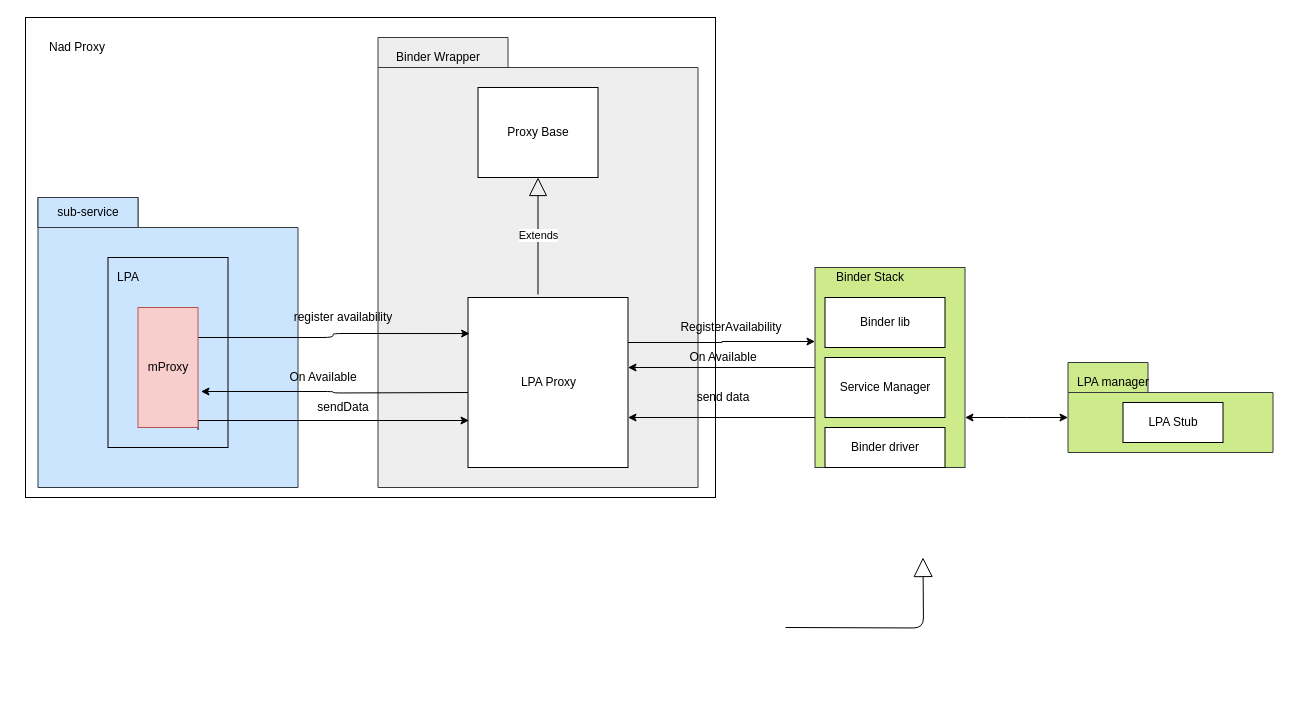
Before: page "RemoteStubmonitor_binder" (7 of 16) of doc/SA cert/Design/availability.drawio in taikt/codefun, a draw.io diagram. Source tidied: cells renumbered, new cells numbered last; positions are measured from the earlier drawing's top-left corner, leaving out a move shared by most shapes. Both pictures are drawn from the tidied source at 100%, with x=0, y=0 at pixel (25, 17).
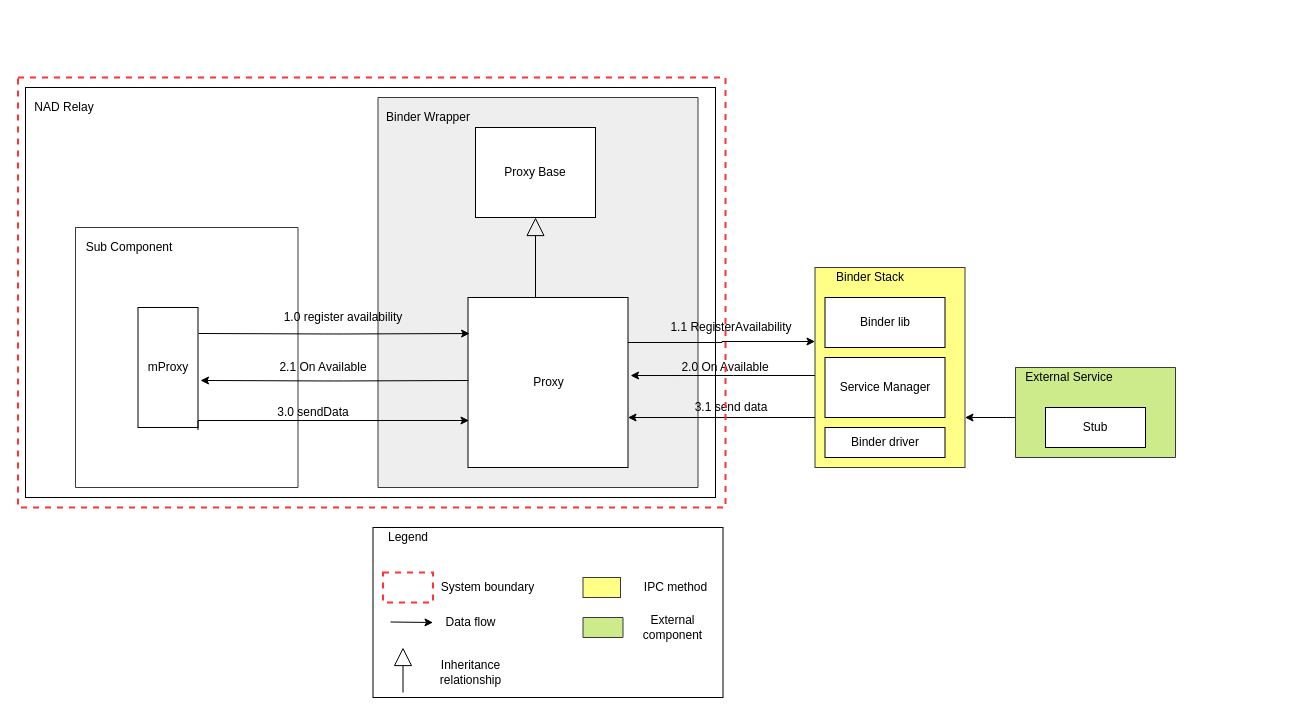
The same page after the edit.

What changed in the source:
```diff
@@
-    <mxCell id="3" style="edgeStyle=orthogonalEdgeStyle;rounded=1;orthogonalLoop=1;jettySize=auto;html=1;exitX=1;exitY=0.5;exitDx=0;exitDy=0;entryX=0;entryY=0.5;entryDx=0;entryDy=0;startArrow=none;startFill=0;endSize=17;endArrow=block;endFill=0;" parent="1" edge="1">
-      <mxGeometry relative="1" as="geometry">
-        <mxPoint x="760" y="610" as="sourcePoint" />
-        <mxPoint x="897.5" y="540" as="targetPoint" />
-      </mxGeometry>
-    </mxCell>
-    <mxCell id="4" style="rounded=0;whiteSpace=wrap;html=1;fillColor=none;" parent="1" vertex="1">
-      <mxGeometry width="690" height="480" as="geometry" />
+    <mxCell id="4" style="rounded=0;whiteSpace=wrap;html=1;fillColor=none;strokeWidth=1;" parent="1" vertex="1">
+      <mxGeometry y="70" width="690" height="410" as="geometry" />
     </mxCell>
-    <mxCell id="5" style="shape=folder;fontStyle=1;tabWidth=130;tabHeight=30;tabPosition=left;html=1;boundedLbl=1;fillColor=#eeeeee;strokeColor=#36393d;" parent="1" vertex="1">
-      <mxGeometry x="352.5" y="20" width="320" height="450" as="geometry" />
+    <mxCell id="5" style="shape=folder;fontStyle=1;tabWidth=318;tabHeight=0;tabPosition=left;html=1;boundedLbl=1;fillColor=#eeeeee;strokeColor=#36393d;" parent="1" vertex="1">
+      <mxGeometry x="352.5" y="80" width="320" height="390" as="geometry" />
     </mxCell>
     <mxCell id="6" value="Binder Wrapper" style="text;html=1;strokeColor=none;fillColor=none;align=center;verticalAlign=middle;whiteSpace=wrap;rounded=0;" parent="1" vertex="1">
-      <mxGeometry x="362.5" y="30" width="100" height="20" as="geometry" />
+      <mxGeometry x="352.5" y="90" width="100" height="20" as="geometry" />
     </mxCell>
-    <mxCell id="7" style="edgeStyle=orthogonalEdgeStyle;rounded=1;orthogonalLoop=1;jettySize=auto;html=1;exitX=1;exitY=0.5;exitDx=0;exitDy=0;startArrow=classic;startFill=1;endArrow=none;endFill=0;" parent="1" edge="1">
+    <mxCell id="7" style="edgeStyle=orthogonalEdgeStyle;rounded=1;jettySize=auto;html=1;exitX=1.016;exitY=0.459;exitDx=0;exitDy=0;startArrow=classic;startFill=1;endArrow=none;endFill=0;exitPerimeter=0;" parent="1" edge="1" source="14">
       <mxGeometry relative="1" as="geometry">
-        <mxPoint x="602.5" y="350" as="sourcePoint" />
-        <mxPoint x="792.5" y="350" as="targetPoint" />
+        <mxPoint x="793" y="358" as="targetPoint" />
       </mxGeometry>
     </mxCell>
@@
     <mxCell id="9" value="Proxy Base" style="rounded=0;whiteSpace=wrap;html=1;" parent="1" vertex="1">
-      <mxGeometry x="452.5" y="70" width="120" height="90" as="geometry" />
+      <mxGeometry x="450" y="110" width="120" height="90" as="geometry" />
     </mxCell>
@@
-    <mxCell id="11" style="rounded=0;whiteSpace=wrap;html=1;fillColor=#cdeb8b;strokeColor=#36393d;" parent="1" vertex="1">
+    <mxCell id="11" style="rounded=0;whiteSpace=wrap;html=1;fillColor=#ffff88;strokeColor=#36393d;" parent="1" vertex="1">
       <mxGeometry x="789.5" y="250" width="150" height="200" as="geometry" />
     </mxCell>
@@
     <mxCell id="13" value="Binder driver" style="rounded=0;whiteSpace=wrap;html=1;" parent="1" vertex="1">
-      <mxGeometry x="799.5" y="410" width="120" height="40" as="geometry" />
+      <mxGeometry x="799.5" y="410" width="120" height="30" as="geometry" />
     </mxCell>
-    <mxCell id="14" value="LPA Proxy" style="html=1;" parent="1" vertex="1">
+    <mxCell id="14" value="Proxy" style="html=1;" parent="1" vertex="1">
       <mxGeometry x="442.5" y="280" width="160" height="170" as="geometry" />
     </mxCell>
-    <mxCell id="15" style="shape=folder;fontStyle=1;tabWidth=100;tabHeight=30;tabPosition=left;html=1;boundedLbl=1;strokeColor=#36393d;fillColor=#cce5ff;" parent="1" vertex="1">
-      <mxGeometry x="12.5" y="180" width="260" height="290" as="geometry" />
+    <mxCell id="15" style="shape=folder;fontStyle=1;tabWidth=260;tabHeight=0;tabPosition=left;html=1;boundedLbl=1;strokeColor=#36393d;fillColor=none;" parent="1" vertex="1">
+      <mxGeometry x="50" y="210" width="222.5" height="260" as="geometry" />
     </mxCell>
-    <mxCell id="16" style="rounded=0;whiteSpace=wrap;html=1;fillColor=none;" parent="1" vertex="1">
-      <mxGeometry x="82.5" y="240" width="120" height="190" as="geometry" />
-    </mxCell>
-    <mxCell id="17" value="register availability" style="text;html=1;strokeColor=none;fillColor=none;align=center;verticalAlign=middle;whiteSpace=wrap;rounded=0;" parent="1" vertex="1">
+    <mxCell id="17" value="1.0 register availability" style="text;html=1;strokeColor=none;fillColor=none;align=center;verticalAlign=middle;whiteSpace=wrap;rounded=0;" parent="1" vertex="1">
       <mxGeometry x="232.5" y="290" width="170" height="20" as="geometry" />
     </mxCell>
-    <mxCell id="18" value="sub-service" style="text;html=1;strokeColor=#36393d;fillColor=#cce5ff;align=center;verticalAlign=middle;whiteSpace=wrap;rounded=0;" parent="1" vertex="1">
-      <mxGeometry x="12.5" y="180" width="100" height="30" as="geometry" />
-    </mxCell>
@@
-    <mxCell id="20" style="shape=folder;fontStyle=1;tabWidth=80;tabHeight=30;tabPosition=left;html=1;boundedLbl=1;fillColor=#cdeb8b;strokeColor=#36393d;" parent="1" vertex="1">
-      <mxGeometry x="1042.5" y="345" width="205" height="90" as="geometry" />
+    <mxCell id="20" style="shape=folder;fontStyle=1;tabWidth=205;tabHeight=0;tabPosition=left;html=1;boundedLbl=1;fillColor=#cdeb8b;strokeColor=#36393d;" parent="1" vertex="1">
+      <mxGeometry x="990" y="350" width="160" height="90" as="geometry" />
     </mxCell>
-    <mxCell id="21" value="LPA manager" style="text;html=1;strokeColor=none;fillColor=none;align=center;verticalAlign=middle;whiteSpace=wrap;rounded=0;" parent="1" vertex="1">
-      <mxGeometry x="1042.5" y="355" width="90" height="20" as="geometry" />
+    <mxCell id="21" value="External Service" style="text;html=1;strokeColor=none;fillColor=none;align=center;verticalAlign=middle;whiteSpace=wrap;rounded=0;" parent="1" vertex="1">
+      <mxGeometry x="990" y="350" width="107.5" height="20" as="geometry" />
     </mxCell>
-    <mxCell id="22" value="LPA Stub" style="rounded=0;whiteSpace=wrap;html=1;" parent="1" vertex="1">
-      <mxGeometry x="1097.5" y="385" width="100" height="40" as="geometry" />
+    <mxCell id="22" value="Stub" style="rounded=0;whiteSpace=wrap;html=1;" parent="1" vertex="1">
+      <mxGeometry x="1020" y="390" width="100" height="40" as="geometry" />
     </mxCell>
-    <mxCell id="23" value="RegisterAvailability" style="text;html=1;strokeColor=none;fillColor=none;align=center;verticalAlign=middle;whiteSpace=wrap;rounded=0;" parent="1" vertex="1">
+    <mxCell id="23" value="1.1 RegisterAvailability" style="text;html=1;strokeColor=none;fillColor=none;align=center;verticalAlign=middle;whiteSpace=wrap;rounded=0;" parent="1" vertex="1">
       <mxGeometry x="635.5" y="300" width="140" height="20" as="geometry" />
     </mxCell>
-    <mxCell id="24" value="LPA" style="text;html=1;strokeColor=none;fillColor=none;align=center;verticalAlign=middle;whiteSpace=wrap;rounded=0;" parent="1" vertex="1">
-      <mxGeometry x="72.5" y="250" width="60" height="20" as="geometry" />
-    </mxCell>
@@
-    <mxCell id="26" style="edgeStyle=orthogonalEdgeStyle;rounded=1;jettySize=auto;html=1;exitX=1;exitY=0.25;exitDx=0;exitDy=0;entryX=0.01;entryY=0.212;entryDx=0;entryDy=0;entryPerimeter=0;" parent="1" edge="1" source="27" target="14">
-      <mxGeometry relative="1" as="geometry" />
+    <mxCell id="26" style="edgeStyle=orthogonalEdgeStyle;rounded=1;jettySize=auto;html=1;entryX=0.01;entryY=0.212;entryDx=0;entryDy=0;entryPerimeter=0;" parent="1" edge="1" target="14">
+      <mxGeometry relative="1" as="geometry">
+        <mxPoint x="173" y="316" as="sourcePoint" />
+      </mxGeometry>
     </mxCell>
-    <mxCell id="27" value="mProxy" style="rounded=0;whiteSpace=wrap;html=1;fillColor=#f8cecc;strokeColor=#b85450;" parent="1" vertex="1">
+    <mxCell id="27" value="mProxy" style="rounded=0;whiteSpace=wrap;html=1;fillColor=none;" parent="1" vertex="1">
       <mxGeometry x="112.5" y="290" width="60" height="120" as="geometry" />
     </mxCell>
-    <mxCell id="28" value="On Available" style="text;html=1;strokeColor=none;fillColor=none;align=center;verticalAlign=middle;whiteSpace=wrap;rounded=0;" parent="1" vertex="1">
-      <mxGeometry x="642.5" y="330" width="110" height="20" as="geometry" />
+    <mxCell id="28" value="2.0 On Available" style="text;html=1;strokeColor=none;fillColor=none;align=center;verticalAlign=middle;whiteSpace=wrap;rounded=0;" parent="1" vertex="1">
+      <mxGeometry x="645" y="340" width="110" height="20" as="geometry" />
     </mxCell>
-    <mxCell id="29" value="sendData" style="text;html=1;strokeColor=none;fillColor=none;align=center;verticalAlign=middle;whiteSpace=wrap;rounded=0;" parent="1" vertex="1">
-      <mxGeometry x="272.5" y="380" width="90" height="20" as="geometry" />
+    <mxCell id="29" value="3.0 sendData" style="text;html=1;strokeColor=none;fillColor=none;align=center;verticalAlign=middle;whiteSpace=wrap;rounded=0;" parent="1" vertex="1">
+      <mxGeometry x="242.5" y="385" width="90" height="20" as="geometry" />
     </mxCell>
@@
-    <mxCell id="32" value="send data" style="text;html=1;strokeColor=none;fillColor=none;align=center;verticalAlign=middle;whiteSpace=wrap;rounded=0;" parent="1" vertex="1">
-      <mxGeometry x="642.5" y="370" width="110" height="20" as="geometry" />
+    <mxCell id="32" value="3.1 send data" style="text;html=1;strokeColor=none;fillColor=none;align=center;verticalAlign=middle;whiteSpace=wrap;rounded=0;" parent="1" vertex="1">
+      <mxGeometry x="650.5" y="380" width="110" height="20" as="geometry" />
     </mxCell>
-    <mxCell id="33" value="On Available" style="text;html=1;strokeColor=none;fillColor=none;align=center;verticalAlign=middle;whiteSpace=wrap;rounded=0;" parent="1" vertex="1">
-      <mxGeometry x="242.5" y="350" width="110" height="20" as="geometry" />
+    <mxCell id="33" value="2.1 On Available" style="text;html=1;strokeColor=none;fillColor=none;align=center;verticalAlign=middle;whiteSpace=wrap;rounded=0;" parent="1" vertex="1">
+      <mxGeometry x="242.5" y="340" width="110" height="20" as="geometry" />
     </mxCell>
-    <mxCell id="34" style="edgeStyle=orthogonalEdgeStyle;rounded=1;jettySize=auto;html=1;entryX=1.05;entryY=0.7;entryDx=0;entryDy=0;entryPerimeter=0;startArrow=none;startFill=0;endArrow=classic;endFill=1;" parent="1" edge="1" target="27">
+    <mxCell id="34" style="edgeStyle=orthogonalEdgeStyle;rounded=1;jettySize=auto;html=1;entryX=1.042;entryY=0.608;entryDx=0;entryDy=0;entryPerimeter=0;startArrow=none;startFill=0;endArrow=classic;endFill=1;" parent="1" edge="1" target="27">
       <mxGeometry relative="1" as="geometry">
-        <mxPoint x="442.5" y="375" as="sourcePoint" />
+        <mxPoint x="443" y="363" as="sourcePoint" />
       </mxGeometry>
     </mxCell>
-    <mxCell id="35" value="Extends" style="endArrow=block;endSize=16;endFill=0;html=1;entryX=0.5;entryY=1;entryDx=0;entryDy=0;" parent="1" edge="1" target="9">
+    <mxCell id="35" style="endArrow=block;endSize=16;endFill=0;html=1;entryX=0.5;entryY=1;entryDx=0;entryDy=0;" parent="1" edge="1" target="9">
       <mxGeometry relative="1" as="geometry">
-        <mxPoint x="512.5" y="277" as="sourcePoint" />
+        <mxPoint x="510" y="280" as="sourcePoint" />
       </mxGeometry>
     </mxCell>
-    <mxCell id="36" value="Nad Proxy" style="text;html=1;strokeColor=none;fillColor=none;align=center;verticalAlign=middle;whiteSpace=wrap;rounded=0;" parent="1" vertex="1">
-      <mxGeometry x="12.5" y="20" width="77.5" height="20" as="geometry" />
+    <mxCell id="36" value="NAD Relay" style="text;html=1;strokeColor=none;fillColor=none;align=center;verticalAlign=middle;whiteSpace=wrap;rounded=0;" parent="1" vertex="1">
+      <mxGeometry y="80" width="77.5" height="20" as="geometry" />
     </mxCell>
+    <mxCell id="37" style="rounded=0;whiteSpace=wrap;html=1;" parent="1" vertex="1">
+      <mxGeometry x="347.5" y="510" width="350" height="170" as="geometry" />
+    </mxCell>
+    <mxCell id="38" value="Legend" style="text;html=1;strokeColor=none;fillColor=none;align=center;verticalAlign=middle;whiteSpace=wrap;rounded=0;" parent="1" vertex="1">
+      <mxGeometry x="347.5" y="510" width="70" height="20" as="geometry" />
+    </mxCell>
+    <mxCell id="39" style="rounded=0;whiteSpace=wrap;html=1;fillColor=#ffff88;strokeColor=#36393d;" parent="1" vertex="1">
+      <mxGeometry x="557.5" y="560" width="37.5" height="20" as="geometry" />
+    </mxCell>
+    <mxCell id="40" style="rounded=0;whiteSpace=wrap;html=1;fillColor=none;strokeColor=#FF3333;strokeWidth=2;dashed=1;" parent="1" vertex="1">
+      <mxGeometry x="357.5" y="555" width="50" height="30" as="geometry" />
+    </mxCell>
+    <mxCell id="41" style="endArrow=classic;html=1;rounded=0;" parent="1" edge="1">
+      <mxGeometry relative="1" as="geometry">
+        <mxPoint x="365" y="604.5" as="sourcePoint" />
+        <mxPoint x="407.5" y="605" as="targetPoint" />
+      </mxGeometry>
+    </mxCell>
+    <mxCell id="42" value="IPC method" style="text;html=1;strokeColor=none;fillColor=none;align=center;verticalAlign=middle;whiteSpace=wrap;rounded=0;" parent="1" vertex="1">
+      <mxGeometry x="607.5" y="555" width="85" height="30" as="geometry" />
+    </mxCell>
+    <mxCell id="43" value="External component" style="text;html=1;strokeColor=none;fillColor=none;align=center;verticalAlign=middle;whiteSpace=wrap;rounded=0;" parent="1" vertex="1">
+      <mxGeometry x="595" y="595" width="105" height="30" as="geometry" />
+    </mxCell>
+    <mxCell id="44" value="System boundary" style="text;html=1;strokeColor=none;fillColor=none;align=center;verticalAlign=middle;whiteSpace=wrap;rounded=0;" parent="1" vertex="1">
+      <mxGeometry x="410" y="555" width="105" height="30" as="geometry" />
+    </mxCell>
+    <mxCell id="45" value="Data flow" style="text;html=1;strokeColor=none;fillColor=none;align=center;verticalAlign=middle;whiteSpace=wrap;rounded=0;" parent="1" vertex="1">
+      <mxGeometry x="392.5" y="590" width="105" height="30" as="geometry" />
+    </mxCell>
+    <mxCell id="46" style="endArrow=block;endSize=16;endFill=0;html=1;exitX=0.5;exitY=0;exitDx=0;exitDy=0;entryX=0.5;entryY=1;entryDx=0;entryDy=0;" parent="1" edge="1">
+      <mxGeometry relative="1" as="geometry">
+        <mxPoint x="377.5" y="675" as="sourcePoint" />
+        <mxPoint x="377.5" y="630" as="targetPoint" />
+      </mxGeometry>
+    </mxCell>
+    <mxCell id="47" value="Inheritance relationship" style="text;html=1;strokeColor=none;fillColor=none;align=center;verticalAlign=middle;whiteSpace=wrap;rounded=0;" parent="1" vertex="1">
+      <mxGeometry x="392.5" y="640" width="105" height="30" as="geometry" />
+    </mxCell>
+    <mxCell id="48" value="Sub Component" style="text;html=1;strokeColor=none;fillColor=none;align=center;verticalAlign=middle;whiteSpace=wrap;rounded=0;" parent="1" vertex="1">
+      <mxGeometry x="50" y="220" width="107.5" height="20" as="geometry" />
+    </mxCell>
+    <mxCell id="49" style="shape=folder;fontStyle=1;tabWidth=205;tabHeight=0;tabPosition=left;html=1;boundedLbl=1;fillColor=#cdeb8b;strokeColor=#36393d;" parent="1" vertex="1">
+      <mxGeometry x="557.5" y="600" width="40" height="20" as="geometry" />
+    </mxCell>
+    <mxCell id="50" style="rounded=0;whiteSpace=wrap;html=1;fillColor=none;strokeColor=#FF3333;strokeWidth=2;dashed=1;" parent="1" vertex="1">
+      <mxGeometry x="-7.5" y="60" width="707.5" height="430" as="geometry" />
+    </mxCell>
```
